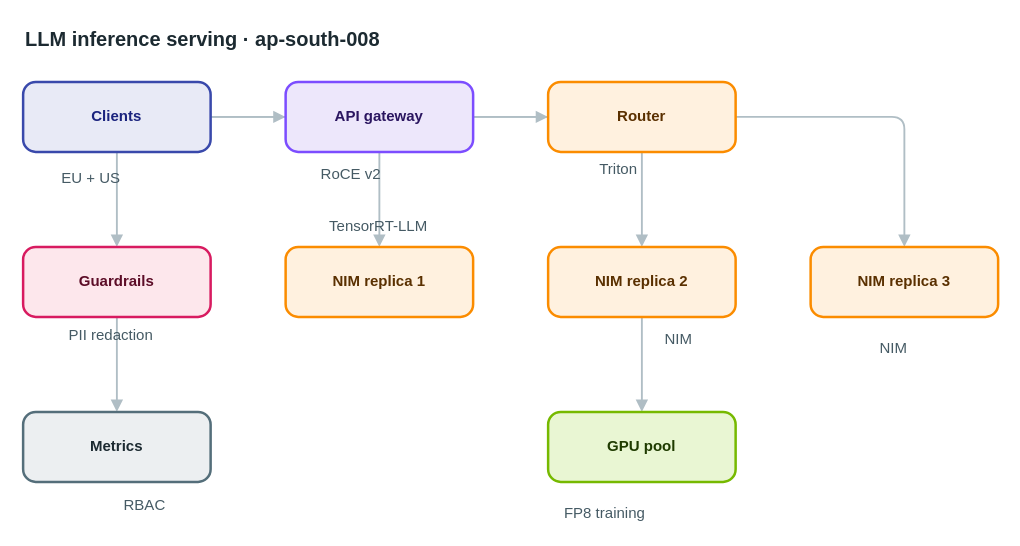
Before: apps/web/public/samples/library/008-llm-inference-serving.drawio in AryanG01/open-apprentice, a draw.io diagram. Source tidied: cells renumbered, new cells numbered last; positions are measured from the earlier drawing's top-left corner, leaving out a move shared by most shapes. Both pictures are drawn from the tidied source at 125%, with x=0, y=0 at pixel (22, 21).
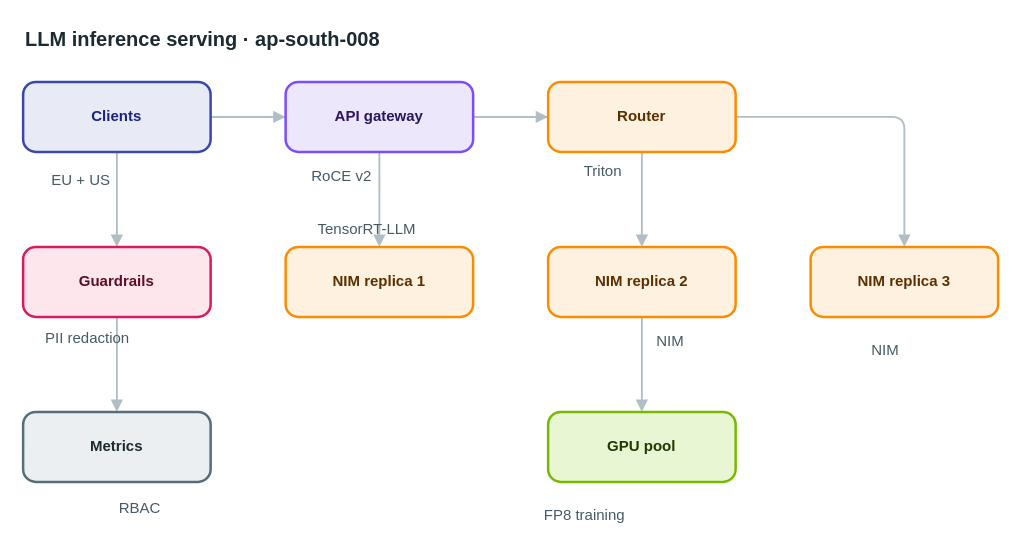
The same diagram, later.

Change to the diagram source:
```diff
@@
-    <mxCell id="20" value="EU + US" style="text;html=1;align=center;verticalAlign=middle;whiteSpace=nowrap;strokeColor=none;fillColor=none;fontSize=12;fontColor=#455a64;" parent="1" vertex="1">
+    <mxCell id="20" value="EU + US" style="text;html=1;align=left;verticalAlign=top;whiteSpace=nowrap;spacing=0;spacingTop=0;strokeColor=none;fillColor=none;fontSize=12;fontColor=#455a64;" parent="1" vertex="1">
       <mxGeometry x="23" y="115" width="61" height="20" as="geometry" />
     </mxCell>
-    <mxCell id="21" value="RoCE v2" style="text;html=1;align=center;verticalAlign=middle;whiteSpace=nowrap;strokeColor=none;fillColor=none;fontSize=12;fontColor=#455a64;" parent="1" vertex="1">
+    <mxCell id="21" value="RoCE v2" style="text;html=1;align=left;verticalAlign=top;whiteSpace=nowrap;spacing=0;spacingTop=0;strokeColor=none;fillColor=none;fontSize=12;fontColor=#455a64;" parent="1" vertex="1">
       <mxGeometry x="231" y="112" width="61" height="20" as="geometry" />
     </mxCell>
-    <mxCell id="22" value="Triton" style="text;html=1;align=center;verticalAlign=middle;whiteSpace=nowrap;strokeColor=none;fillColor=none;fontSize=12;fontColor=#455a64;" parent="1" vertex="1">
+    <mxCell id="22" value="Triton" style="text;html=1;align=left;verticalAlign=top;whiteSpace=nowrap;spacing=0;spacingTop=0;strokeColor=none;fillColor=none;fontSize=12;fontColor=#455a64;" parent="1" vertex="1">
       <mxGeometry x="449" y="108" width="54" height="20" as="geometry" />
     </mxCell>
-    <mxCell id="23" value="TensorRT-LLM" style="text;html=1;align=center;verticalAlign=middle;whiteSpace=nowrap;strokeColor=none;fillColor=none;fontSize=12;fontColor=#455a64;" parent="1" vertex="1">
+    <mxCell id="23" value="TensorRT-LLM" style="text;html=1;align=left;verticalAlign=top;whiteSpace=nowrap;spacing=0;spacingTop=0;strokeColor=none;fillColor=none;fontSize=12;fontColor=#455a64;" parent="1" vertex="1">
       <mxGeometry x="236" y="154" width="96" height="20" as="geometry" />
     </mxCell>
-    <mxCell id="24" value="NIM" style="text;html=1;align=center;verticalAlign=middle;whiteSpace=nowrap;strokeColor=none;fillColor=none;fontSize=12;fontColor=#455a64;" parent="1" vertex="1">
+    <mxCell id="24" value="NIM" style="text;html=1;align=left;verticalAlign=top;whiteSpace=nowrap;spacing=0;spacingTop=0;strokeColor=none;fillColor=none;fontSize=12;fontColor=#455a64;" parent="1" vertex="1">
       <mxGeometry x="507" y="244" width="33" height="20" as="geometry" />
     </mxCell>
-    <mxCell id="25" value="NIM" style="text;html=1;align=center;verticalAlign=middle;whiteSpace=nowrap;strokeColor=none;fillColor=none;fontSize=12;fontColor=#455a64;" parent="1" vertex="1">
+    <mxCell id="25" value="NIM" style="text;html=1;align=left;verticalAlign=top;whiteSpace=nowrap;spacing=0;spacingTop=0;strokeColor=none;fillColor=none;fontSize=12;fontColor=#455a64;" parent="1" vertex="1">
       <mxGeometry x="679" y="251" width="33" height="20" as="geometry" />
     </mxCell>
-    <mxCell id="26" value="FP8 training" style="text;html=1;align=center;verticalAlign=middle;whiteSpace=nowrap;strokeColor=none;fillColor=none;fontSize=12;fontColor=#455a64;" parent="1" vertex="1">
+    <mxCell id="26" value="FP8 training" style="text;html=1;align=left;verticalAlign=top;whiteSpace=nowrap;spacing=0;spacingTop=0;strokeColor=none;fillColor=none;fontSize=12;fontColor=#455a64;" parent="1" vertex="1">
       <mxGeometry x="417" y="383" width="96" height="20" as="geometry" />
     </mxCell>
-    <mxCell id="27" value="PII redaction" style="text;html=1;align=center;verticalAlign=middle;whiteSpace=nowrap;strokeColor=none;fillColor=none;fontSize=12;fontColor=#455a64;" parent="1" vertex="1">
+    <mxCell id="27" value="PII redaction" style="text;html=1;align=left;verticalAlign=top;whiteSpace=nowrap;spacing=0;spacingTop=0;strokeColor=none;fillColor=none;fontSize=12;fontColor=#455a64;" parent="1" vertex="1">
       <mxGeometry x="18" y="241" width="103" height="20" as="geometry" />
     </mxCell>
-    <mxCell id="28" value="RBAC" style="text;html=1;align=center;verticalAlign=middle;whiteSpace=nowrap;strokeColor=none;fillColor=none;fontSize=12;fontColor=#455a64;" parent="1" vertex="1">
+    <mxCell id="28" value="RBAC" style="text;html=1;align=left;verticalAlign=top;whiteSpace=nowrap;spacing=0;spacingTop=0;strokeColor=none;fillColor=none;fontSize=12;fontColor=#455a64;" parent="1" vertex="1">
       <mxGeometry x="77" y="377" width="40" height="20" as="geometry" />
     </mxCell>
```
